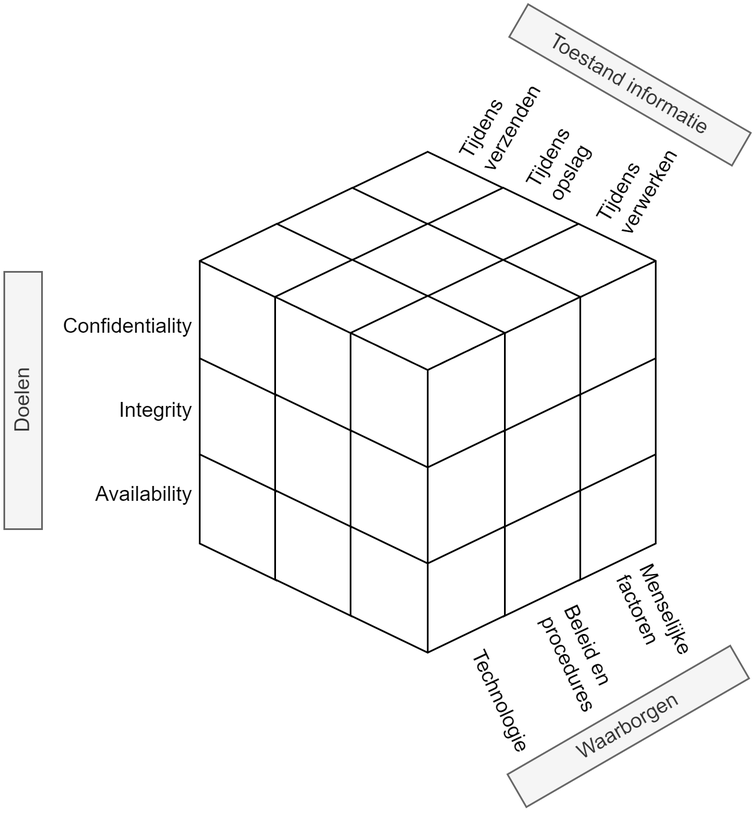
Before: Manuscript/assets/crypto/secmodel.png, a diagram exported from draw.io (timdams/cyberboswachters_boek). Source tidied: cells renumbered, new cells last; positions are measured from the earlier drawing's top-left corner, leaving out a move shared by most shapes.
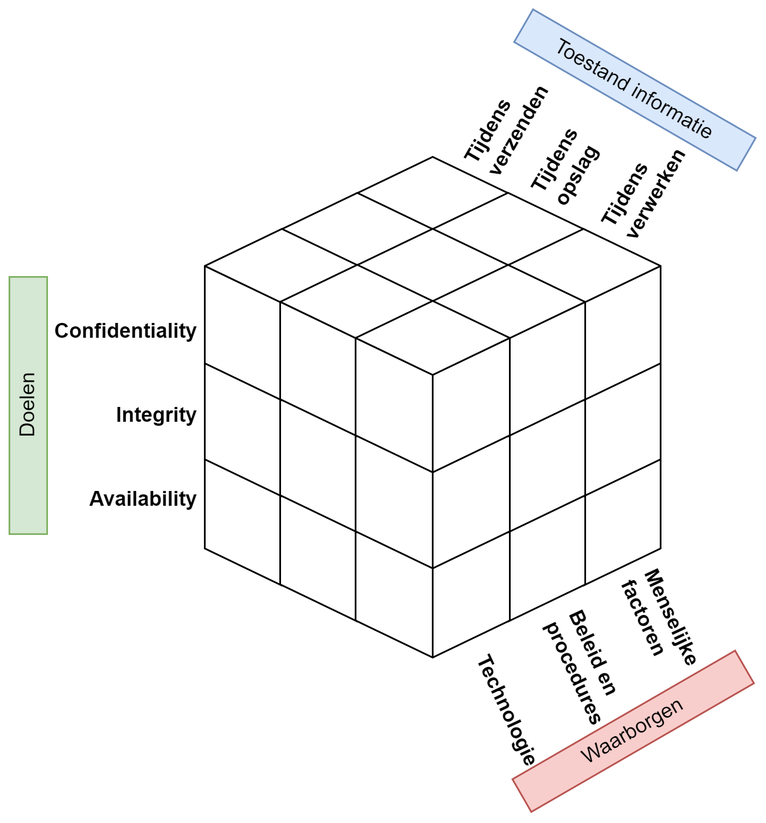
Later version of the same file.

Diff of the diagram source:
```diff
@@ -83,40 +83,40 @@
     <mxCell id="28" style="html=1;whiteSpace=wrap;shape=isoCube2;backgroundOutline=1;isoAngle=15;" parent="1" vertex="1">
       <mxGeometry x="266" y="134" width="90" height="100" as="geometry" />
     </mxCell>
-    <mxCell id="29" value="Tijdens opslag" style="text;html=1;strokeColor=none;fillColor=none;align=left;verticalAlign=middle;whiteSpace=wrap;rounded=0;rotation=-60;" parent="1" vertex="1">
+    <mxCell id="29" value="Tijdens opslag" style="text;html=1;strokeColor=none;fillColor=none;align=left;verticalAlign=middle;whiteSpace=wrap;rounded=0;rotation=-60;fontStyle=1;" parent="1" vertex="1">
       <mxGeometry x="367" y="48" width="40" height="20" as="geometry" />
     </mxCell>
-    <mxCell id="30" value="Integrity" style="text;html=1;strokeColor=none;fillColor=none;align=right;verticalAlign=middle;whiteSpace=wrap;rounded=0;" parent="1" vertex="1">
+    <mxCell id="30" value="Integrity" style="text;html=1;strokeColor=none;fillColor=none;align=right;verticalAlign=middle;whiteSpace=wrap;rounded=0;fontStyle=1;" parent="1" vertex="1">
       <mxGeometry x="136" y="191" width="40" height="20" as="geometry" />
     </mxCell>
-    <mxCell id="31" value="Availability" style="text;html=1;strokeColor=none;fillColor=none;align=right;verticalAlign=middle;whiteSpace=wrap;rounded=0;" parent="1" vertex="1">
+    <mxCell id="31" value="Availability" style="text;html=1;strokeColor=none;fillColor=none;align=right;verticalAlign=middle;whiteSpace=wrap;rounded=0;fontStyle=1;" parent="1" vertex="1">
       <mxGeometry x="136" y="240" width="40" height="20" as="geometry" />
     </mxCell>
-    <mxCell id="32" value="Menselijke factoren" style="text;html=1;strokeColor=none;fillColor=none;align=left;verticalAlign=middle;whiteSpace=wrap;rounded=0;rotation=65;" parent="1" vertex="1">
+    <mxCell id="32" value="Menselijke factoren" style="text;html=1;strokeColor=none;fillColor=none;align=left;verticalAlign=middle;whiteSpace=wrap;rounded=0;rotation=65;fontStyle=1;" parent="1" vertex="1">
       <mxGeometry x="420" y="301" width="40" height="20" as="geometry" />
     </mxCell>
-    <mxCell id="33" value="Beleid en procedures" style="text;html=1;strokeColor=none;fillColor=none;align=left;verticalAlign=middle;whiteSpace=wrap;rounded=0;rotation=65;" parent="1" vertex="1">
+    <mxCell id="33" value="Beleid en procedures" style="text;html=1;strokeColor=none;fillColor=none;align=left;verticalAlign=middle;whiteSpace=wrap;rounded=0;rotation=65;fontStyle=1;" parent="1" vertex="1">
       <mxGeometry x="376" y="325" width="40" height="20" as="geometry" />
     </mxCell>
-    <mxCell id="34" value="Technologie" style="text;html=1;strokeColor=none;fillColor=none;align=left;verticalAlign=middle;whiteSpace=wrap;rounded=0;rotation=65;" parent="1" vertex="1">
+    <mxCell id="34" value="Technologie" style="text;html=1;strokeColor=none;fillColor=none;align=left;verticalAlign=middle;whiteSpace=wrap;rounded=0;rotation=65;fontStyle=1;" parent="1" vertex="1">
       <mxGeometry x="328" y="348.5" width="40" height="20" as="geometry" />
     </mxCell>
-    <mxCell id="35" value="Confidentiality" style="text;html=1;strokeColor=none;fillColor=none;align=right;verticalAlign=middle;whiteSpace=wrap;rounded=0;" parent="1" vertex="1">
+    <mxCell id="35" value="Confidentiality" style="text;html=1;strokeColor=none;fillColor=none;align=right;verticalAlign=middle;whiteSpace=wrap;rounded=0;fontStyle=1;" parent="1" vertex="1">
       <mxGeometry x="136" y="142" width="40" height="20" as="geometry" />
     </mxCell>
-    <mxCell id="36" value="Tijdens verzenden" style="text;html=1;strokeColor=none;fillColor=none;align=left;verticalAlign=middle;whiteSpace=wrap;rounded=0;rotation=-60;" parent="1" vertex="1">
+    <mxCell id="36" value="Tijdens verzenden" style="text;html=1;strokeColor=none;fillColor=none;align=left;verticalAlign=middle;whiteSpace=wrap;rounded=0;rotation=-60;fontStyle=1;" parent="1" vertex="1">
       <mxGeometry x="328" y="31" width="40" height="20" as="geometry" />
     </mxCell>
-    <mxCell id="37" value="Tijdens verwerken" style="text;html=1;strokeColor=none;fillColor=none;align=left;verticalAlign=middle;whiteSpace=wrap;rounded=0;rotation=-60;" parent="1" vertex="1">
+    <mxCell id="37" value="Tijdens verwerken" style="text;html=1;strokeColor=none;fillColor=none;align=left;verticalAlign=middle;whiteSpace=wrap;rounded=0;rotation=-60;fontStyle=1;" parent="1" vertex="1">
       <mxGeometry x="408" y="68" width="40" height="20" as="geometry" />
     </mxCell>
-    <mxCell id="38" value="Doelen" style="rounded=0;whiteSpace=wrap;html=1;align=center;rotation=-90;fillColor=#f5f5f5;strokeColor=#666666;fontColor=#333333;" parent="1" vertex="1">
+    <mxCell id="38" value="Doelen" style="rounded=0;whiteSpace=wrap;html=1;align=center;rotation=-90;fillColor=#d5e8d4;strokeColor=#82b366;" parent="1" vertex="1">
       <mxGeometry y="184" width="150" height="22" as="geometry" />
     </mxCell>
-    <mxCell id="39" value="Toestand informatie" style="rounded=0;whiteSpace=wrap;html=1;align=center;rotation=30;fillColor=#f5f5f5;strokeColor=#666666;fontColor=#333333;" parent="1" vertex="1">
+    <mxCell id="39" value="Toestand informatie" style="rounded=0;whiteSpace=wrap;html=1;align=center;rotation=30;fillColor=#dae8fc;strokeColor=#6c8ebf;" parent="1" vertex="1">
       <mxGeometry x="354" width="150" height="22" as="geometry" />
     </mxCell>
-    <mxCell id="40" value="Waarborgen" style="rounded=0;whiteSpace=wrap;html=1;align=center;rotation=-30;fillColor=#f5f5f5;strokeColor=#666666;fontColor=#333333;" parent="1" vertex="1">
+    <mxCell id="40" value="Waarborgen" style="rounded=0;whiteSpace=wrap;html=1;align=center;rotation=-30;fillColor=#f8cecc;strokeColor=#b85450;" parent="1" vertex="1">
       <mxGeometry x="353" y="374" width="150" height="22" as="geometry" />
     </mxCell>
   </root>
```
